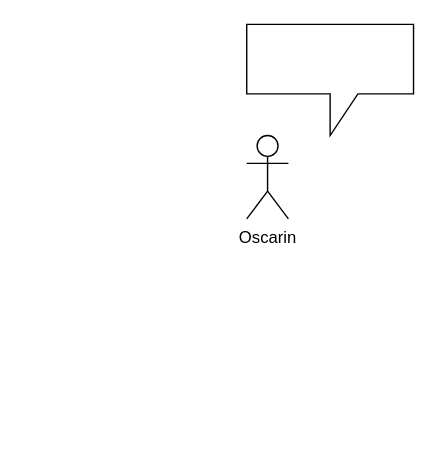
Earlier version of the draw.io diagram page "UseCases" (2 of 2) of docs/modeloDominio.drawio (Void-CA/restaurant). Source tidied: cells renumbered, new cells numbered last; positions are measured from the earlier drawing's top-left corner, leaving out a move shared by most shapes. Both pictures are drawn from the tidied source at 139%, with x=0, y=0 at pixel (246, 24).
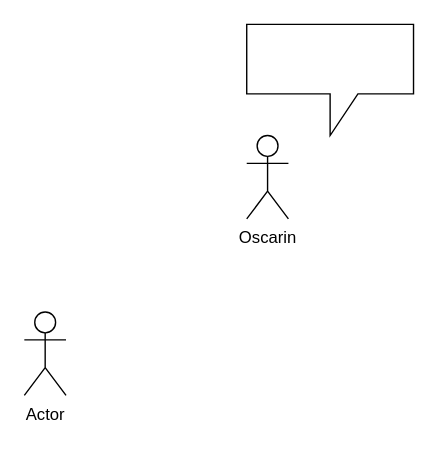
The same diagram, later.

Change to the diagram source:
```diff
@@
 <mxGraphModel>
   <root>
     <mxCell id="0" />
     <mxCell id="1" parent="0" />
+    <mxCell id="4" value="Actor" style="shape=umlActor;verticalLabelPosition=bottom;verticalAlign=top;html=1;" parent="1" vertex="1">
+      <mxGeometry x="-160" y="207" width="30" height="60" as="geometry" />
+    </mxCell>
     <mxCell id="2" style="shape=callout;whiteSpace=wrap;html=1;perimeter=calloutPerimeter;" parent="1" vertex="1">
       <mxGeometry width="120" height="80" as="geometry" />
     </mxCell>
     <mxCell id="3" value="Oscarin" style="shape=umlActor;verticalLabelPosition=bottom;verticalAlign=top;html=1;" parent="1" vertex="1">
       <mxGeometry y="80" width="30" height="60" as="geometry" />
     </mxCell>
   </root>
 </mxGraphModel>
```
